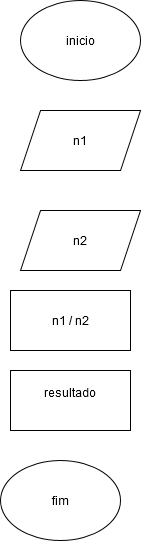
Earlier version of the draw.io export Untitled Diagram.png (Rafael7360/arbyte). Source tidied: cells renumbered, new cells last; positions are measured from the earlier drawing's top-left corner, leaving out a move shared by most shapes.
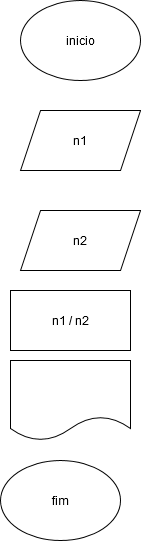
After the commit.

What changed in the source:
```diff
@@ -17,8 +17,8 @@
     <mxCell id="6" value="fim" style="ellipse;whiteSpace=wrap;html=1;" parent="1" vertex="1">
       <mxGeometry y="460" width="120" height="80" as="geometry" />
     </mxCell>
-    <mxCell id="7" value="&lt;div&gt;resultado&lt;/div&gt;&lt;div&gt;&lt;br&gt;&lt;/div&gt;" style="rounded=0;whiteSpace=wrap;html=1;" parent="1" vertex="1">
-      <mxGeometry x="10" y="370" width="120" height="60" as="geometry" />
-    </mxCell>
+    <mxCell id="8" style="shape=document;whiteSpace=wrap;html=1;boundedLbl=1;" parent="1" vertex="1">
+      <mxGeometry x="10" y="360" width="120" height="80" as="geometry" />
+    </mxCell>
   </root>
 </mxGraphModel>
```
